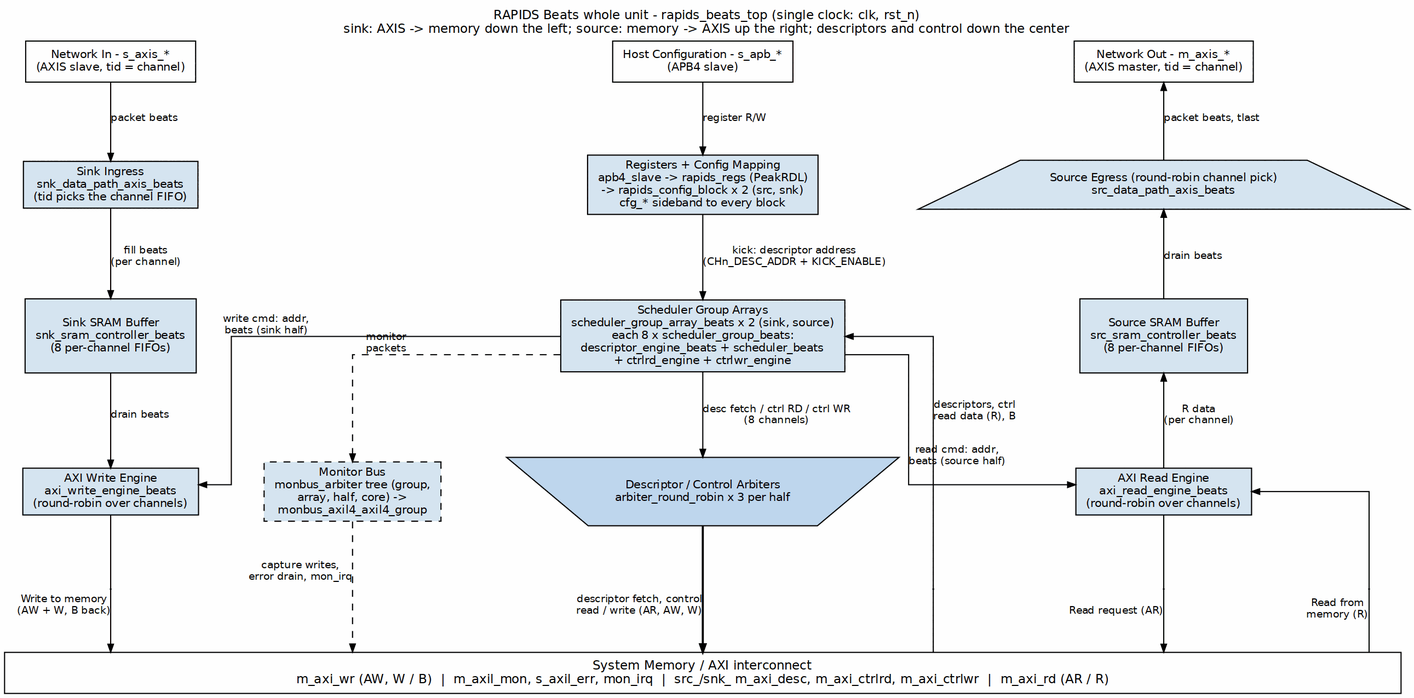
Above: projects/components/dma-ip/rapids/docs/rapids_beats_has/assets/graphviz/ch02_whole_unit.png in sean-galloway/RTLDesignSherpa (Graphviz), before the change. Its source is kept beside it as projects/components/dma-ip/rapids/docs/rapids_beats_has/assets/graphviz/ch02_whole_unit.dot.
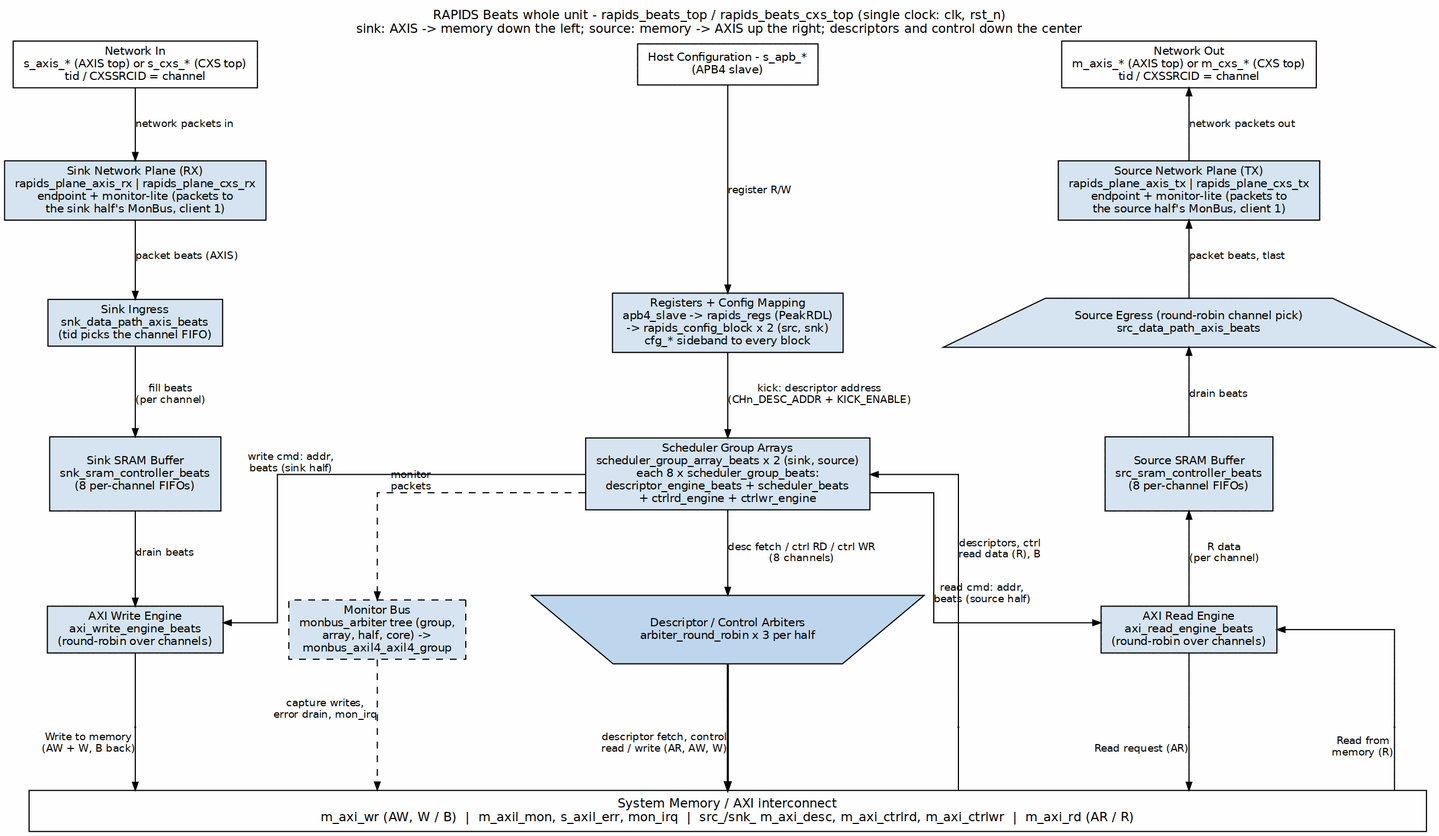
Above is the later version.

What changed in the source:
```diff
@@ -1,15 +1,18 @@
 digraph rapids_beats_whole_unit {
     graph [rankdir=TB, bgcolor="white", fontname="Helvetica", fontsize=11,
            nodesep="0.40", ranksep="0.75", splines=ortho,
-           label="RAPIDS Beats whole unit - rapids_beats_top (single clock: clk, rst_n)\nsink: AXIS -> memory down the left; source: memory -> AXIS up the right; descriptors and control down the center",
+           label="RAPIDS Beats whole unit - rapids_beats_top / rapids_beats_cxs_top (single clock: clk, rst_n)\nsink: AXIS -> memory down the left; source: memory -> AXIS up the right; descriptors and control down the center",
            labelloc=t, labeljust=c];
     node  [fontname="Helvetica", fontsize=10, shape=box, style=filled,
            fillcolor="#D6E4F0", color="black", margin="0.12,0.06"];
     edge  [fontname="Helvetica", fontsize=9, color="black", arrowsize=0.7];
 
-    s_axis [label="Network In - s_axis_*\n(AXIS slave, tid = channel)", fillcolor="white", group=L];
+    s_axis [label="Network In\ns_axis_* (AXIS top) or s_cxs_* (CXS top)\ntid / CXSSRCID = channel", fillcolor="white", group=L];
     s_apb  [label="Host Configuration - s_apb_*\n(APB4 slave)", fillcolor="white", group=C];
-    m_axis [label="Network Out - m_axis_*\n(AXIS master, tid = channel)", fillcolor="white", group=R];
+    m_axis [label="Network Out\nm_axis_* (AXIS top) or m_cxs_* (CXS top)\ntid / CXSSRCID = channel", fillcolor="white", group=R];
+
+    plane_rx [label="Sink Network Plane (RX)\nrapids_plane_axis_rx | rapids_plane_cxs_rx\nendpoint + monitor-lite (packets to\nthe sink half's MonBus, client 1)", group=L];
+    plane_tx [label="Source Network Plane (TX)\nrapids_plane_axis_tx | rapids_plane_cxs_tx\nendpoint + monitor-lite (packets to\nthe source half's MonBus, client 1)", group=R];
 
     ingress [label="Sink Ingress\nsnk_data_path_axis_beats\n(tid picks the channel FIFO)", group=L];
     regs    [label="Registers + Config Mapping\napb4_slave -> rapids_regs (PeakRDL)\n-> rapids_config_block x 2 (src, snk)\ncfg_* sideband to every block", group=C];
@@ -29,7 +32,8 @@
     mem [label="System Memory / AXI interconnect\nm_axi_wr (AW, W / B)  |  m_axil_mon, s_axil_err, mon_irq  |  src_/snk_ m_axi_desc, m_axi_ctrlrd, m_axi_ctrlwr  |  m_axi_rd (AR / R)",
          fillcolor="white", width=17.0, fontsize=11, group=C];
 
-    s_axis   -> ingress  [label="packet beats"];
+    s_axis   -> plane_rx [label="network packets in"];
+    plane_rx -> ingress  [label="packet beats (AXIS)"];
     ingress  -> snk_sram [label="fill beats\n(per channel)"];
     snk_sram -> wr_eng   [label="drain beats"];
 
@@ -40,7 +44,8 @@
     sga   -> rd_eng [xlabel="read cmd: addr,\nbeats (source half)"];
     sga   -> mon    [style=dashed, xlabel="monitor\npackets"];
 
-    m_axis   -> egress   [dir=back, label="packet beats, tlast"];
+    m_axis   -> plane_tx [dir=back, label="network packets out"];
+    plane_tx -> egress   [dir=back, label="packet beats, tlast"];
     egress   -> src_sram [dir=back, label="drain beats"];
     src_sram -> rd_eng   [dir=back, label="R data\n(per channel)"];
 
@@ -69,6 +74,8 @@
 
     { rank=same; s_axis; s_apb; m_axis; }
     s_axis -> s_apb -> m_axis [style=invis];
+    { rank=same; plane_rx; plane_tx; }
+    plane_rx -> plane_tx [style=invis];
     { rank=same; ingress; regs; egress; }
     ingress -> regs -> egress [style=invis];
     { rank=same; snk_sram; sga; src_sram; }
```
